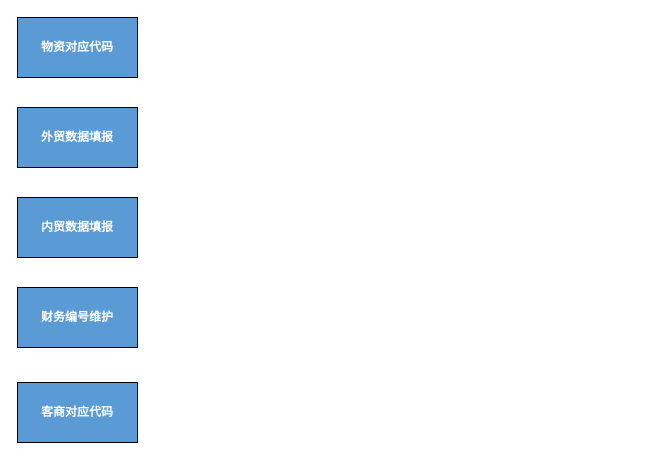
The draw.io diagram page "填报逻辑设计" (4 of 4) of 未命名绘图.drawio in vk567/vk567, before the edit. Source tidied: cells renumbered, new cells numbered last; positions are measured from the earlier drawing's top-left corner, leaving out a move shared by most shapes. Both pictures are drawn from the tidied source at 100%, with x=0, y=0 at pixel (17, 17).
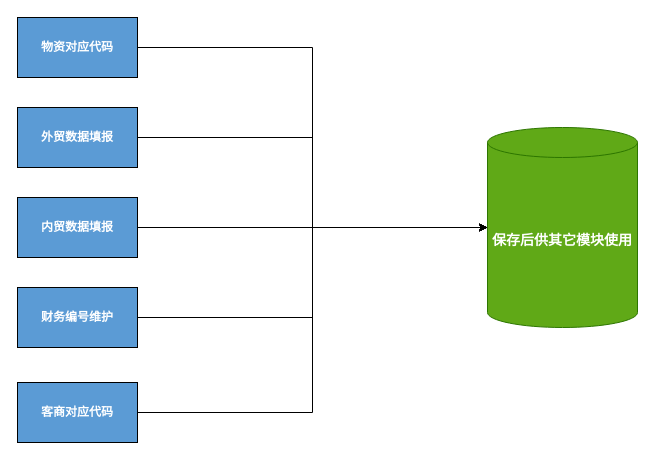
The same diagram, later.

Commit message (it also covers changes not shown here):
更新未命名绘图.drawio

Diff of the diagram source:
```diff
@@
 <mxGraphModel>
   <root>
     <mxCell id="0" />
     <mxCell id="1" parent="0" />
+    <mxCell id="7" style="edgeStyle=orthogonalEdgeStyle;rounded=0;jettySize=auto;html=1;entryX=0;entryY=0.5;entryDx=0;entryDy=0;entryPerimeter=0;" parent="1" edge="1" source="2" target="12">
+      <mxGeometry relative="1" as="geometry" />
+    </mxCell>
     <mxCell id="2" value="&lt;p class=&quot;MsoNormal&quot;&gt;&lt;font color=&quot;#ffffff&quot;&gt;&lt;b&gt;物资对应代码&lt;/b&gt;&lt;/font&gt;&lt;br&gt;&lt;/p&gt;" style="rounded=0;whiteSpace=wrap;html=1;fillColor=#5B9BD5;" parent="1" vertex="1">
       <mxGeometry width="120" height="60" as="geometry" />
     </mxCell>
+    <mxCell id="8" style="edgeStyle=orthogonalEdgeStyle;rounded=0;jettySize=auto;html=1;entryX=0;entryY=0.5;entryDx=0;entryDy=0;entryPerimeter=0;" parent="1" edge="1" source="3" target="12">
+      <mxGeometry relative="1" as="geometry" />
+    </mxCell>
     <mxCell id="3" value="&lt;p class=&quot;MsoNormal&quot;&gt;&lt;font color=&quot;#ffffff&quot;&gt;&lt;b&gt;财务编号维护&lt;/b&gt;&lt;/font&gt;&lt;/p&gt;" style="rounded=0;whiteSpace=wrap;html=1;fillColor=#5B9BD5;" parent="1" vertex="1">
       <mxGeometry y="270" width="120" height="60" as="geometry" />
     </mxCell>
+    <mxCell id="9" style="edgeStyle=orthogonalEdgeStyle;rounded=0;jettySize=auto;html=1;" parent="1" edge="1" source="4" target="12">
+      <mxGeometry relative="1" as="geometry" />
+    </mxCell>
     <mxCell id="4" value="&lt;p class=&quot;MsoNormal&quot;&gt;&lt;font color=&quot;#ffffff&quot;&gt;&lt;b&gt;外贸数据填报&lt;/b&gt;&lt;/font&gt;&lt;br&gt;&lt;/p&gt;" style="rounded=0;whiteSpace=wrap;html=1;fillColor=#5B9BD5;" parent="1" vertex="1">
       <mxGeometry y="90" width="120" height="60" as="geometry" />
     </mxCell>
+    <mxCell id="10" style="edgeStyle=orthogonalEdgeStyle;rounded=0;jettySize=auto;html=1;entryX=0;entryY=0.5;entryDx=0;entryDy=0;entryPerimeter=0;" parent="1" edge="1" source="5" target="12">
+      <mxGeometry relative="1" as="geometry" />
+    </mxCell>
     <mxCell id="5" value="&lt;p class=&quot;MsoNormal&quot;&gt;&lt;font color=&quot;#ffffff&quot;&gt;&lt;b&gt;客商对应代码&lt;/b&gt;&lt;/font&gt;&lt;br&gt;&lt;/p&gt;" style="rounded=0;whiteSpace=wrap;html=1;fillColor=#5B9BD5;" parent="1" vertex="1">
       <mxGeometry y="365" width="120" height="60" as="geometry" />
     </mxCell>
+    <mxCell id="11" style="edgeStyle=orthogonalEdgeStyle;rounded=0;jettySize=auto;html=1;" parent="1" edge="1" source="6" target="12">
+      <mxGeometry relative="1" as="geometry" />
+    </mxCell>
     <mxCell id="6" value="&lt;p class=&quot;MsoNormal&quot;&gt;&lt;font color=&quot;#ffffff&quot;&gt;&lt;b&gt;内贸数据填报&lt;/b&gt;&lt;/font&gt;&lt;/p&gt;" style="rounded=0;whiteSpace=wrap;html=1;fillColor=#5B9BD5;" parent="1" vertex="1">
       <mxGeometry y="180" width="120" height="60" as="geometry" />
     </mxCell>
+    <mxCell id="12" value="&lt;font style=&quot;font-size: 14px;&quot;&gt;&lt;b&gt;保存后供其它模块使用&lt;/b&gt;&lt;/font&gt;" style="shape=cylinder3;whiteSpace=wrap;html=1;boundedLbl=1;backgroundOutline=1;size=15;fillColor=#60a917;fontColor=#ffffff;strokeColor=#2D7600;" parent="1" vertex="1">
+      <mxGeometry x="470" y="110" width="150" height="200" as="geometry" />
+    </mxCell>
   </root>
 </mxGraphModel>
```
